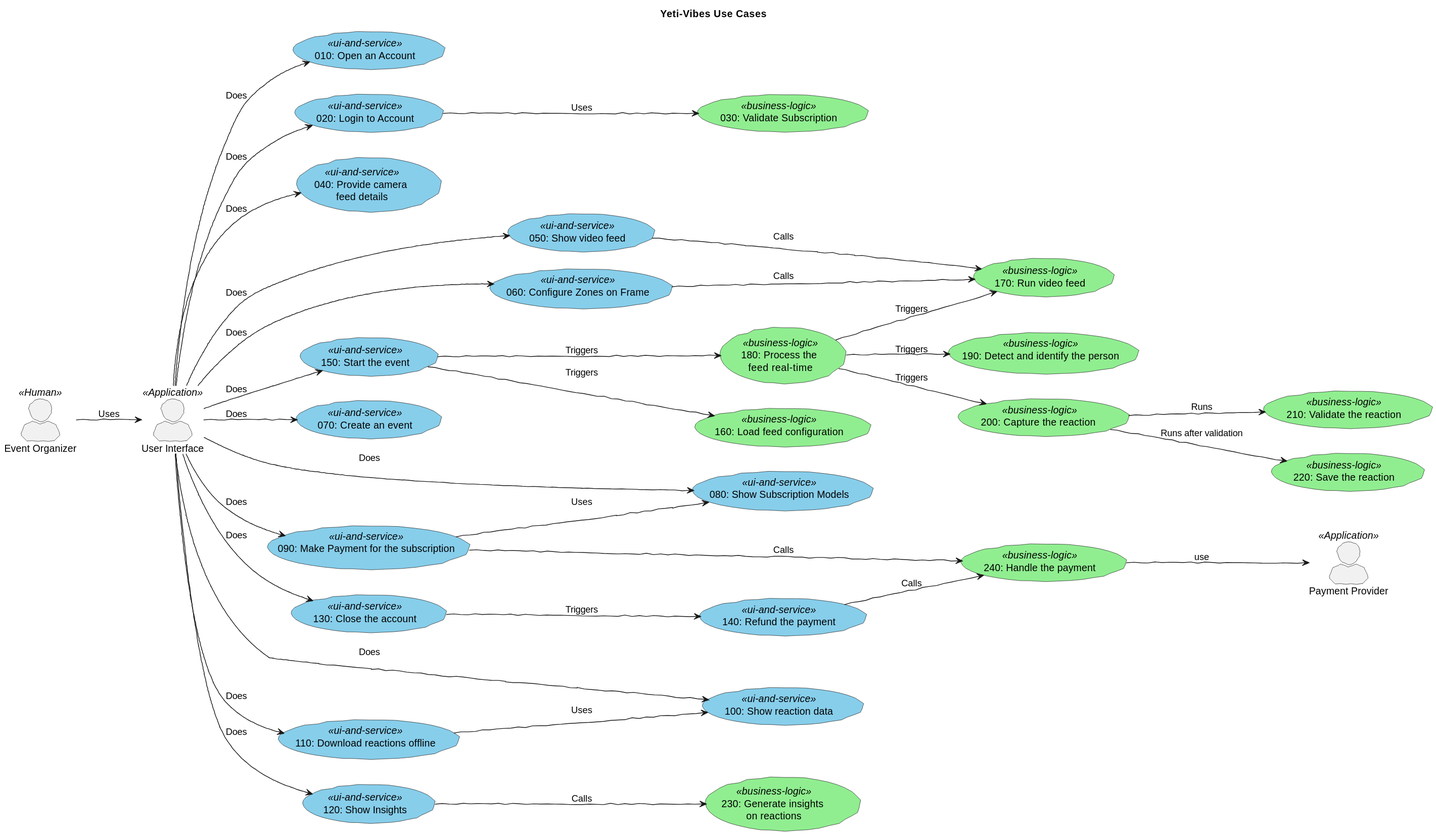
The PlantUML diagram docs/diagrams/out/yeti_vibes_use_case_diagram.svg in backendkolawole/yeti-crowd-insights, before a commit.
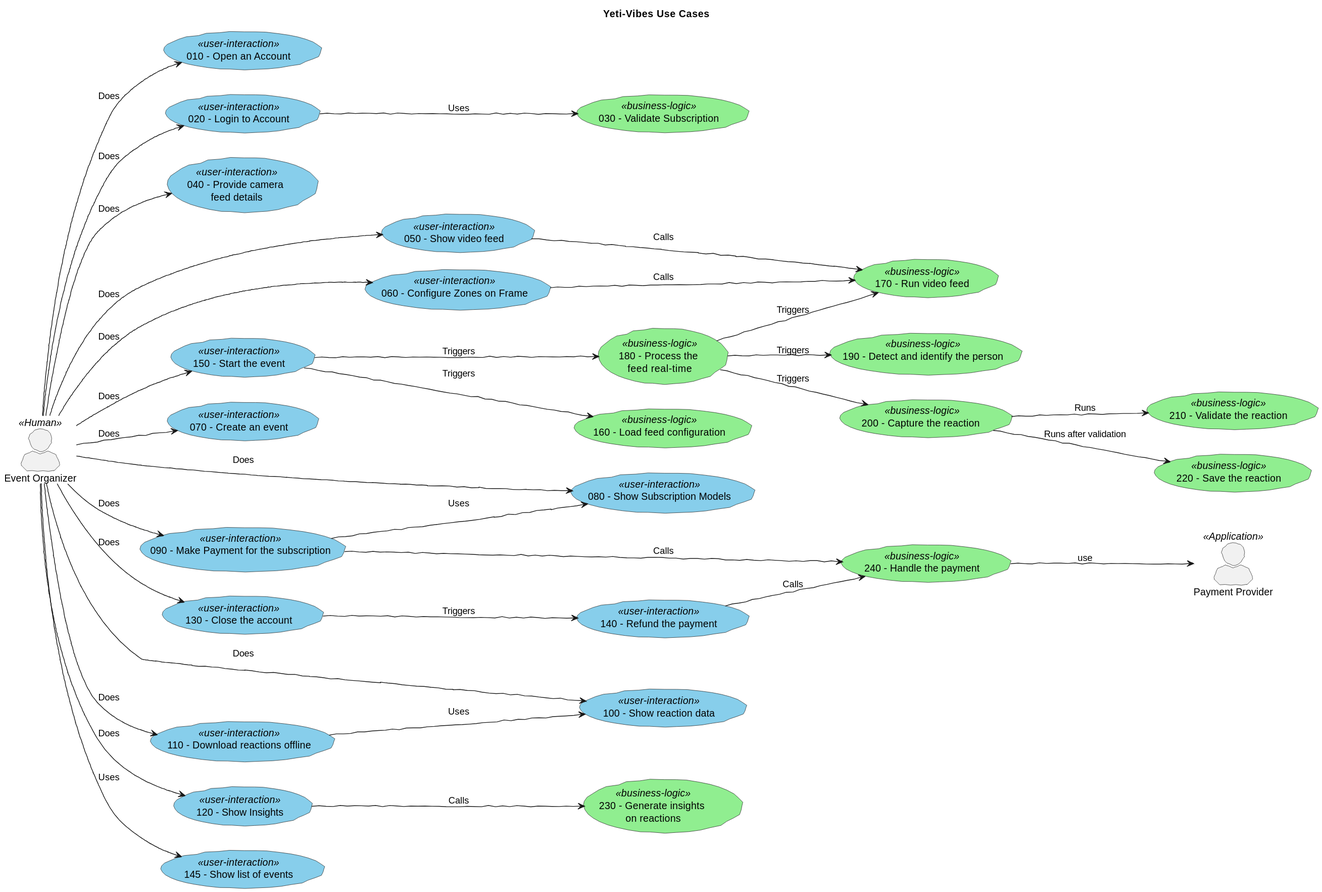
After the commit.

Commit message:
Show list of events, Start the event, Process the feed, use-cases created. Load feed configuration use case updated. yeti-vibes use-case diagram also updated

The edit, as a diff of the source:
```diff
@@ -5,66 +5,67 @@
 skinparam handwritten true
 left to right direction
 skinparam usecase {
-    BackgroundColor<<ui-and-service>> SkyBlue
+    BackgroundColor<<user-interaction>> SkyBlue
     BackgroundColor<<business-logic>> LightGreen
+    BackgroundColor<<service-end-point>> Yellow
 }
 
 
 actor :Event Organizer: as Client << Human >>
-actor :User Interface: as UI <<Application>>
 actor :Payment Provider: as PaymentProvider <<Application>>
 
 
-    usecase OpenAccount as "010: Open an Account" <<ui-and-service>>
-    usecase Login as "020: Login to Account" <<ui-and-service>>
-    usecase ValidateSubscription as "030: Validate Subscription" <<business-logic>>
-    usecase ConfigureCamera as "040: Provide camera \nfeed details" <<ui-and-service>>
-    usecase ShowVideoFeed as "050: Show video feed" <<ui-and-service>>
-    usecase ConfigureFrame as "060: Configure Zones on Frame" <<ui-and-service>>
-    usecase CreateEvent as "070: Create an event" <<ui-and-service>>
-    usecase ShowSubscriptions as "080: Show Subscription Models" <<ui-and-service>>
-    usecase MakePayment as "090: Make Payment for the subscription" <<ui-and-service>>
-    usecase ShowReactions as "100: Show reaction data" <<ui-and-service>>
-    usecase DownloadReactions as "110: Download reactions offline" <<ui-and-service>>
-    usecase ShowInsights as "120: Show Insights" <<ui-and-service>>
-    usecase CloseAccount as "130: Close the account" <<ui-and-service>>
-    usecase RefundPayment as "140: Refund the payment" <<ui-and-service>>
-    usecase StartEvent as "150: Start the event" <<ui-and-service>>
+    usecase OpenAccount as "010 - Open an Account" <<user-interaction>>
+    usecase Login as "020 - Login to Account" <<user-interaction>>
+    usecase ValidateSubscription as "030 - Validate Subscription" <<business-logic>>
+    usecase ConfigureCamera as "040 - Provide camera \nfeed details" <<user-interaction>>
+    usecase ShowVideoFeed as "050 - Show video feed" <<user-interaction>>
+    usecase ConfigureFrame as "060 - Configure Zones on Frame" <<user-interaction>>
+    usecase CreateEvent as "070 - Create an event" <<user-interaction>>
+    usecase ShowSubscriptions as "080 - Show Subscription Models" <<user-interaction>>
+    usecase MakePayment as "090 - Make Payment for the subscription" <<user-interaction>>
+    usecase ShowReactions as "100 - Show reaction data" <<user-interaction>>
+    usecase DownloadReactions as "110 - Download reactions offline" <<user-interaction>>
+    usecase ShowInsights as "120 - Show Insights" <<user-interaction>>
+    usecase CloseAccount as "130 - Close the account" <<user-interaction>>
+    usecase RefundPayment as "140 - Refund the payment" <<user-interaction>>
+    usecase ShowEvents as "145 - Show list of events" <<user-interaction>>
+    usecase StartEvent as "150 - Start the event" <<user-interaction>>
 
 
 
-    usecase LoadConfiguration as "160: Load feed configuration" <<business-logic>>
-    usecase RunFeed as "170: Run video feed" <<business-logic>>
-    usecase ProcessFeed as "180: Process the \nfeed  real-time" <<business-logic>>
-    usecase IdentifyPerson as "190: Detect and identify the person" <<business-logic>>
-    usecase CaptureReaction as "200: Capture the reaction " <<business-logic>>
-    usecase ValidateReaction as "210: Validate the reaction" <<business-logic>>
-    usecase SaveReaction as "220: Save the reaction" <<business-logic>>
-    usecase GenerateInsights as "230: Generate insights \non reactions" <<business-logic>>
-    usecase HandlePayment as "240: Handle the payment" <<business-logic>>
+    usecase LoadConfiguration as "160 - Load feed configuration" <<business-logic>>
+    usecase RunFeed as "170 - Run video feed" <<business-logic>>
+    usecase ProcessFeed as "180 - Process the \nfeed  real-time" <<business-logic>>
+    usecase IdentifyPerson as "190 - Detect and identify the person" <<business-logic>>
+    usecase CaptureReaction as "200 - Capture the reaction " <<business-logic>>
+    usecase ValidateReaction as "210 - Validate the reaction" <<business-logic>>
+    usecase SaveReaction as "220 - Save the reaction" <<business-logic>>
+    usecase GenerateInsights as "230 - Generate insights \non reactions" <<business-logic>>
+    usecase HandlePayment as "240 - Handle the payment" <<business-logic>>
 
 
-Client --> UI : Uses
-UI --> OpenAccount : Does
-UI --> Login : Does
+Client --> OpenAccount : Does
+Client --> Login : Does
 Login --> ValidateSubscription : Uses
-UI --> ConfigureCamera : Does
-UI --> ShowVideoFeed : Does
+Client --> ConfigureCamera : Does
+Client --> ShowVideoFeed : Does
 ShowVideoFeed --> RunFeed : Calls
-UI --> ConfigureFrame : Does
+Client --> ConfigureFrame : Does
 ConfigureFrame --> RunFeed : Calls
-UI --> CreateEvent : Does
-UI --> ShowSubscriptions : Does
-UI --> MakePayment : Does
+Client --> CreateEvent : Does
+Client --> ShowSubscriptions : Does
+Client --> MakePayment : Does
 MakePayment --> ShowSubscriptions : Uses
 MakePayment --> HandlePayment : Calls
-UI --> StartEvent : Does
-UI --> ShowReactions : Does
-UI --> DownloadReactions : Does
+Client --> ShowEvents : Uses
+Client --> StartEvent : Does
+Client --> ShowReactions : Does
+Client --> DownloadReactions : Does
 DownloadReactions --> ShowReactions : Uses
-UI --> ShowInsights : Does
+Client --> ShowInsights : Does
 ShowInsights --> GenerateInsights : Calls
-UI --> CloseAccount : Does
+Client --> CloseAccount : Does
 CloseAccount --> RefundPayment : Triggers
 RefundPayment --> HandlePayment : Calls
 
```
